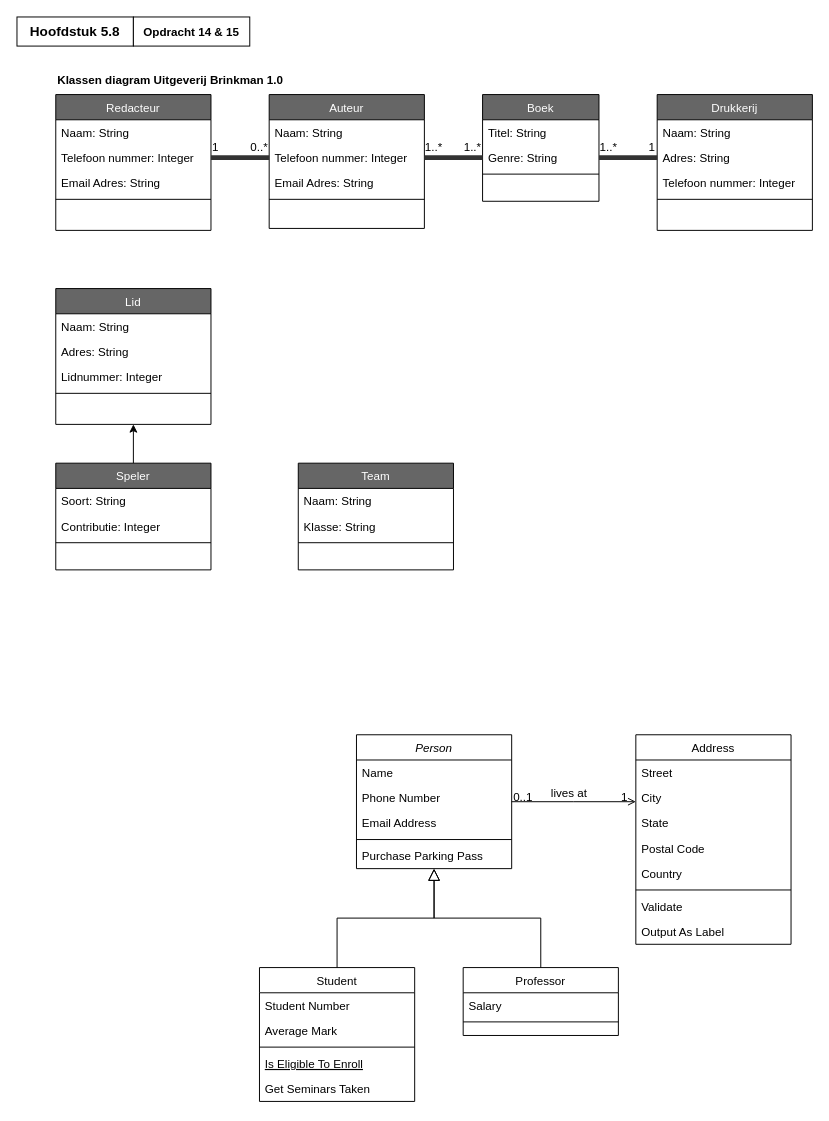
EMB20/Procesanalyse keeps this draw.io diagram as ClassDiagrams.drawio. Above is the earlier version. Source tidied: cells renumbered, new cells numbered last; positions are measured from the earlier drawing's top-left corner, leaving out a move shared by most shapes. Both pictures are drawn from the tidied source at 97%, with x=0, y=0 at pixel (16, 16).
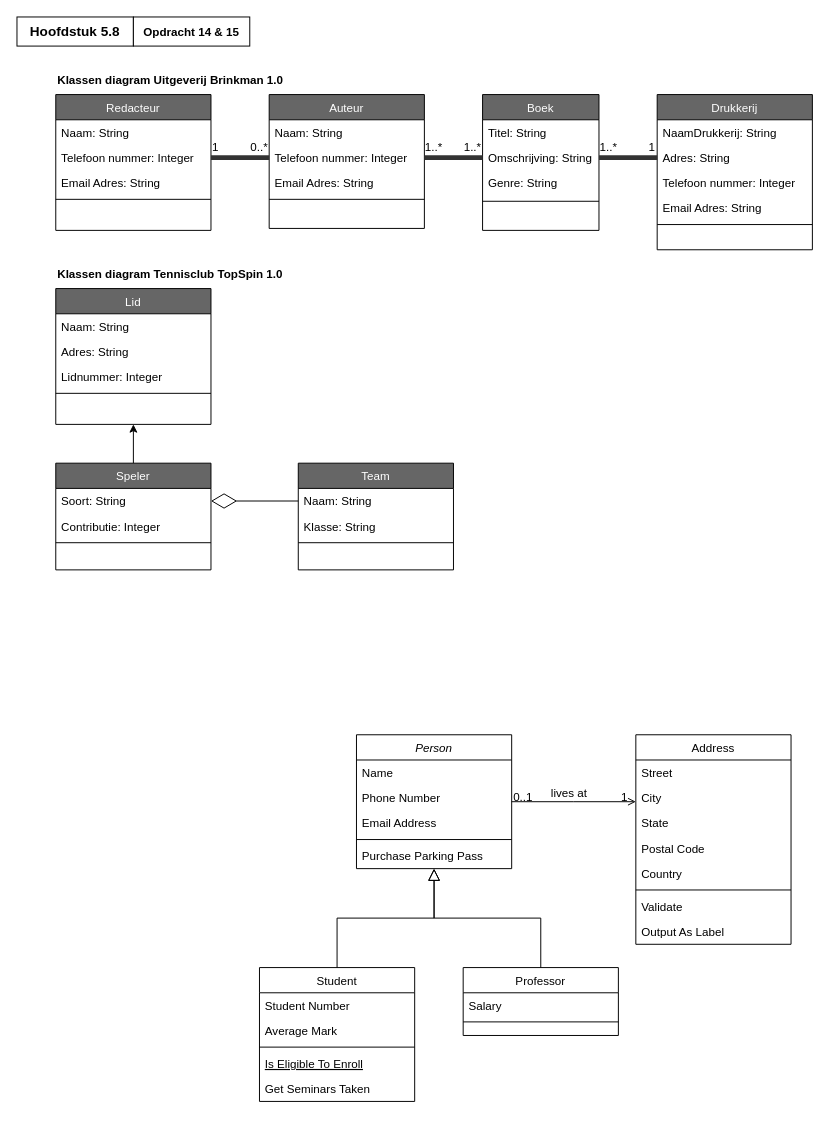
The same diagram, later.

Unchanged cells that the change refers to:
```xml
<mxCell id="70" value="Soort: String" style="text;align=left;verticalAlign=top;spacingLeft=4;spacingRight=4;overflow=hidden;points=[[0,0.5],[1,0.5]];portConstraint=eastwest;" parent="69" vertex="1">
  <mxGeometry y="26" width="160" height="26" as="geometry" />
</mxCell>
<mxCell id="74" value="Naam: String" style="text;align=left;verticalAlign=top;spacingLeft=4;spacingRight=4;overflow=hidden;points=[[0,0.5],[1,0.5]];portConstraint=eastwest;rounded=0;shadow=0;html=0;" parent="73" vertex="1">
  <mxGeometry y="26" width="160" height="26" as="geometry" />
</mxCell>
```

Change to the diagram source:
```diff
@@
     <mxCell id="39" value="Boek" style="swimlane;fontStyle=0;align=center;verticalAlign=top;horizontal=1;startSize=26;rounded=0;shadow=0;strokeWidth=1;fillColor=#666666;fontColor=#FFFFFF;" parent="1" vertex="1">
-      <mxGeometry x="480" y="80" width="120" height="110" as="geometry" />
+      <mxGeometry x="480" y="80" width="120" height="140" as="geometry" />
     </mxCell>
@@
-    <mxCell id="41" value="Genre: String" style="text;align=left;verticalAlign=top;spacingLeft=4;spacingRight=4;overflow=hidden;points=[[0,0.5],[1,0.5]];portConstraint=eastwest;rounded=0;shadow=0;html=0;" parent="39" vertex="1">
+    <mxCell id="41" value="Omschrijving: String" style="text;align=left;verticalAlign=top;spacingLeft=4;spacingRight=4;overflow=hidden;points=[[0,0.5],[1,0.5]];portConstraint=eastwest;rounded=0;shadow=0;html=0;" parent="39" vertex="1">
       <mxGeometry y="52" width="120" height="26" as="geometry" />
     </mxCell>
+    <mxCell id="77" value="Genre: String" style="text;align=left;verticalAlign=top;spacingLeft=4;spacingRight=4;overflow=hidden;rounded=0;shadow=0;html=0;" parent="39" vertex="1">
+      <mxGeometry y="78" width="120" height="28" as="geometry" />
+    </mxCell>
     <mxCell id="42" style="line;html=1;strokeWidth=1;align=left;verticalAlign=middle;spacingTop=-1;spacingLeft=3;spacingRight=3;labelPosition=right;" parent="39" vertex="1">
-      <mxGeometry y="78" width="120" height="8" as="geometry" />
+      <mxGeometry y="106" width="120" height="8" as="geometry" />
     </mxCell>
     <mxCell id="43" value="Drukkerij" style="swimlane;fontStyle=0;align=center;verticalAlign=top;horizontal=1;startSize=26;rounded=0;shadow=0;strokeWidth=1;fillColor=#666666;fontColor=#FFFFFF;" parent="1" vertex="1">
-      <mxGeometry x="660" y="80" width="160" height="140" as="geometry" />
+      <mxGeometry x="660" y="80" width="160" height="160" as="geometry" />
     </mxCell>
-    <mxCell id="44" value="Naam: String" style="text;align=left;verticalAlign=top;spacingLeft=4;spacingRight=4;overflow=hidden;" parent="43" vertex="1">
+    <mxCell id="44" value="NaamDrukkerij: String" style="text;align=left;verticalAlign=top;spacingLeft=4;spacingRight=4;overflow=hidden;" parent="43" vertex="1">
       <mxGeometry y="26" width="160" height="26" as="geometry" />
     </mxCell>
@@
+    <mxCell id="78" value="Email Adres: String" style="text;align=left;verticalAlign=top;spacingLeft=4;spacingRight=4;overflow=hidden;rounded=0;shadow=0;html=0;" parent="43" vertex="1">
+      <mxGeometry y="104" width="160" height="26" as="geometry" />
+    </mxCell>
     <mxCell id="47" style="line;html=1;strokeWidth=1;align=left;verticalAlign=middle;spacingTop=-1;spacingLeft=3;spacingRight=3;labelPosition=right;" parent="43" vertex="1">
-      <mxGeometry y="104" width="160" height="8" as="geometry" />
+      <mxGeometry y="130" width="160" height="8" as="geometry" />
     </mxCell>
@@
+    <mxCell id="79" style="endArrow=diamondThin;endFill=0;endSize=24;html=1;rounded=0;entryX=1;entryY=0.5;entryDx=0;entryDy=0;exitX=0;exitY=0.5;exitDx=0;exitDy=0;" parent="1" edge="1" source="74" target="70">
+      <mxGeometry relative="1" as="geometry" />
+    </mxCell>
+    <mxCell id="80" value="&lt;font style=&quot;font-size: 12px;&quot;&gt;Klassen diagram Tennisclub TopSpin 1.0&lt;/font&gt;" style="text;html=1;align=left;verticalAlign=middle;whiteSpace=wrap;rounded=0;fontStyle=1;fontSize=14;" parent="1" vertex="1">
+      <mxGeometry x="40" y="250" width="300" height="30" as="geometry" />
+    </mxCell>
```
